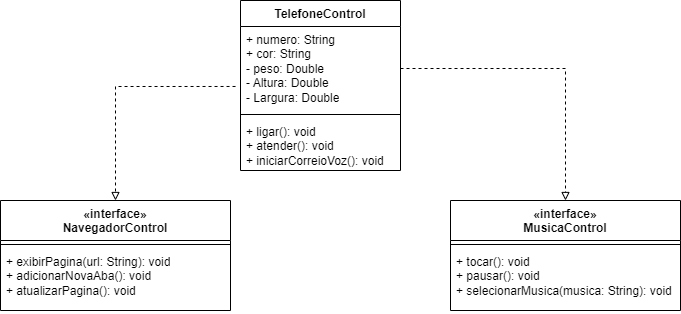
Gabrielsb1/componente-iphone keeps this draw.io diagram as Componente iPhone..drawio.png. Above is the earlier version. Source tidied: cells renumbered, new cells last; positions are measured from the earlier drawing's top-left corner, leaving out a move shared by most shapes.
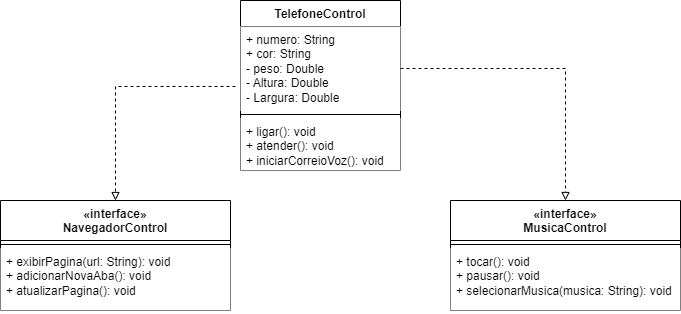
The same diagram one commit later.

Diff of the diagram source:
```diff
@@ -8,7 +8,7 @@
     <mxCell id="3" style="line;strokeWidth=1;align=left;verticalAlign=middle;spacingTop=-1;spacingLeft=3;spacingRight=3;labelPosition=right;" parent="2" vertex="1">
       <mxGeometry y="40" width="230" height="8" as="geometry" />
     </mxCell>
-    <mxCell id="4" value="+ tocar(): void&lt;br&gt;+&amp;nbsp;pausar(): void&lt;br&gt;+&amp;nbsp;selecionarMusica(musica: String): void" style="text;align=left;verticalAlign=top;spacingLeft=4;spacingRight=4;overflow=hidden;whiteSpace=wrap;html=1;" parent="2" vertex="1">
+    <mxCell id="4" value="+ tocar(): void&lt;br&gt;+&amp;nbsp;pausar(): void&lt;br&gt;+&amp;nbsp;selecionarMusica(musica: String): void" style="text;align=left;verticalAlign=top;spacingLeft=4;spacingRight=4;overflow=hidden;whiteSpace=wrap;html=1;fillColor=default;" parent="2" vertex="1">
       <mxGeometry y="48" width="230" height="62" as="geometry" />
     </mxCell>
     <mxCell id="5" value="«interface»&lt;br style=&quot;border-color: var(--border-color); font-weight: 400;&quot;&gt;NavegadorControl " style="swimlane;fontStyle=1;align=center;verticalAlign=top;horizontal=1;startSize=40;whiteSpace=wrap;html=1;" parent="1" vertex="1">
@@ -17,7 +17,7 @@
     <mxCell id="6" style="line;strokeWidth=1;align=left;verticalAlign=middle;spacingTop=-1;spacingLeft=3;spacingRight=3;labelPosition=right;" parent="5" vertex="1">
       <mxGeometry y="40" width="230" height="8" as="geometry" />
     </mxCell>
-    <mxCell id="7" value="+&amp;nbsp;exibirPagina(url: String): void&lt;br&gt;+&amp;nbsp;adicionarNovaAba(): void&lt;br&gt;+&amp;nbsp;atualizarPagina(): void" style="text;align=left;verticalAlign=top;spacingLeft=4;spacingRight=4;overflow=hidden;whiteSpace=wrap;html=1;" parent="5" vertex="1">
+    <mxCell id="7" value="+&amp;nbsp;exibirPagina(url: String): void&lt;br&gt;+&amp;nbsp;adicionarNovaAba(): void&lt;br&gt;+&amp;nbsp;atualizarPagina(): void" style="text;align=left;verticalAlign=top;spacingLeft=4;spacingRight=4;overflow=hidden;whiteSpace=wrap;html=1;fillColor=default;" parent="5" vertex="1">
       <mxGeometry y="48" width="230" height="62" as="geometry" />
     </mxCell>
     <mxCell id="8" style="edgeStyle=orthogonalEdgeStyle;rounded=0;jettySize=auto;html=1;dashed=1;endArrow=block;endFill=0;exitX=-0.031;exitY=0.714;exitDx=0;exitDy=0;exitPerimeter=0;" parent="1" edge="1" source="10" target="5">
@@ -26,13 +26,13 @@
     <mxCell id="9" value="TelefoneControl" style="swimlane;fontStyle=1;align=center;verticalAlign=top;horizontal=1;startSize=26;whiteSpace=wrap;html=1;" parent="1" vertex="1">
       <mxGeometry x="240" width="160" height="170" as="geometry" />
     </mxCell>
-    <mxCell id="10" value="+ numero: String&lt;br&gt;+ cor: String&lt;br style=&quot;border-color: var(--border-color);&quot;&gt;- peso: Double&lt;br style=&quot;border-color: var(--border-color);&quot;&gt;- Altura: Double&lt;br style=&quot;border-color: var(--border-color);&quot;&gt;- Largura: Double" style="text;align=left;verticalAlign=top;spacingLeft=4;spacingRight=4;overflow=hidden;points=[[0,0.5],[1,0.5]];portConstraint=eastwest;whiteSpace=wrap;html=1;" parent="9" vertex="1">
+    <mxCell id="10" value="+ numero: String&lt;br&gt;+ cor: String&lt;br style=&quot;border-color: var(--border-color);&quot;&gt;- peso: Double&lt;br style=&quot;border-color: var(--border-color);&quot;&gt;- Altura: Double&lt;br style=&quot;border-color: var(--border-color);&quot;&gt;- Largura: Double" style="text;align=left;verticalAlign=top;spacingLeft=4;spacingRight=4;overflow=hidden;points=[[0,0.5],[1,0.5]];portConstraint=eastwest;whiteSpace=wrap;html=1;fillColor=default;" parent="9" vertex="1">
       <mxGeometry y="26" width="160" height="84" as="geometry" />
     </mxCell>
     <mxCell id="11" style="line;strokeWidth=1;align=left;verticalAlign=middle;spacingTop=-1;spacingLeft=3;spacingRight=3;labelPosition=right;" parent="9" vertex="1">
       <mxGeometry y="110" width="160" height="8" as="geometry" />
     </mxCell>
-    <mxCell id="12" value="+&amp;nbsp;ligar(): void&lt;br style=&quot;border-color: var(--border-color);&quot;&gt;+&amp;nbsp;atender(): void&lt;br style=&quot;border-color: var(--border-color);&quot;&gt;+&amp;nbsp;iniciarCorreioVoz(): void" style="text;align=left;verticalAlign=top;spacingLeft=4;spacingRight=4;overflow=hidden;whiteSpace=wrap;html=1;" parent="9" vertex="1">
+    <mxCell id="12" value="+&amp;nbsp;ligar(): void&lt;br style=&quot;border-color: var(--border-color);&quot;&gt;+&amp;nbsp;atender(): void&lt;br style=&quot;border-color: var(--border-color);&quot;&gt;+&amp;nbsp;iniciarCorreioVoz(): void" style="text;align=left;verticalAlign=top;spacingLeft=4;spacingRight=4;overflow=hidden;whiteSpace=wrap;html=1;fillColor=default;" parent="9" vertex="1">
       <mxGeometry y="118" width="160" height="52" as="geometry" />
     </mxCell>
     <mxCell id="13" style="edgeStyle=orthogonalEdgeStyle;rounded=0;jettySize=auto;html=1;entryX=0.5;entryY=0;entryDx=0;entryDy=0;dashed=1;endArrow=block;endFill=0;" parent="1" edge="1" source="10" target="2">
```
